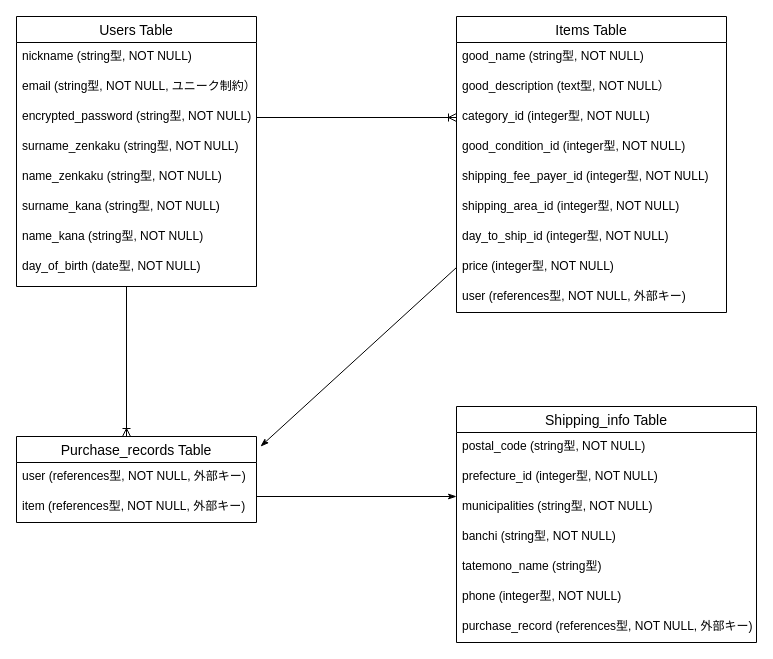
This is furima.dio from calvin8171/furima-37744, a draw.io file, before an edit. Source tidied: cells renumbered, new cells numbered last; positions are measured from the earlier drawing's top-left corner, leaving out a move shared by most shapes. Both pictures are drawn from the tidied source at 100%, with x=0, y=0 at pixel (16, 16).
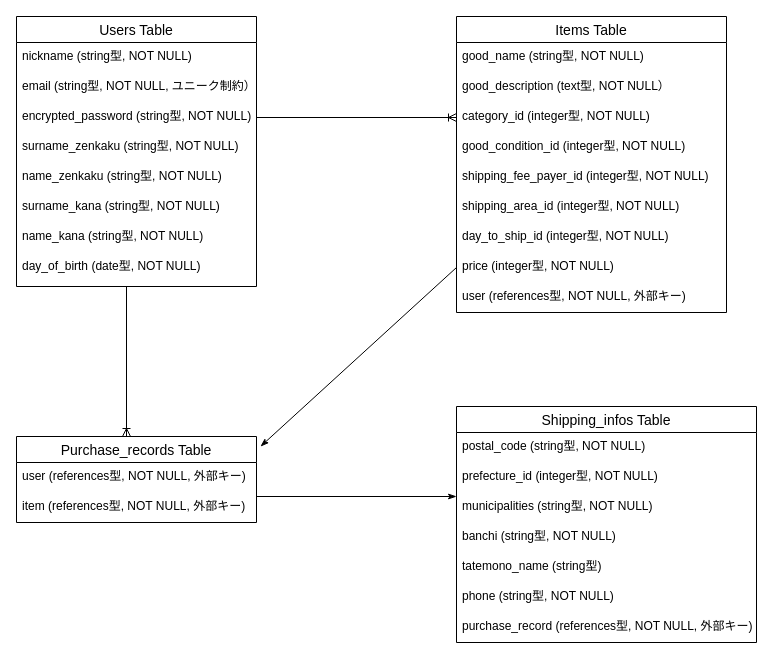
Above is the later version.

Change to the diagram source:
```diff
@@
-    <mxCell id="27" value="Shipping_info Table" style="swimlane;fontStyle=0;horizontal=1;startSize=26;align=center;fontSize=14;" parent="1" vertex="1">
+    <mxCell id="27" value="Shipping_infos Table" style="swimlane;fontStyle=0;horizontal=1;startSize=26;align=center;fontSize=14;" parent="1" vertex="1">
       <mxGeometry x="440" y="390" width="300" height="236" as="geometry" />
     </mxCell>
@@
-    <mxCell id="33" value="phone (integer型, NOT NULL)" style="text;strokeColor=none;fillColor=none;spacingLeft=4;spacingRight=4;overflow=hidden;fontSize=12;" parent="27" vertex="1">
+    <mxCell id="33" value="phone (string型, NOT NULL)" style="text;strokeColor=none;fillColor=none;spacingLeft=4;spacingRight=4;overflow=hidden;fontSize=12;" parent="27" vertex="1">
       <mxGeometry y="176" width="300" height="30" as="geometry" />
     </mxCell>
```
